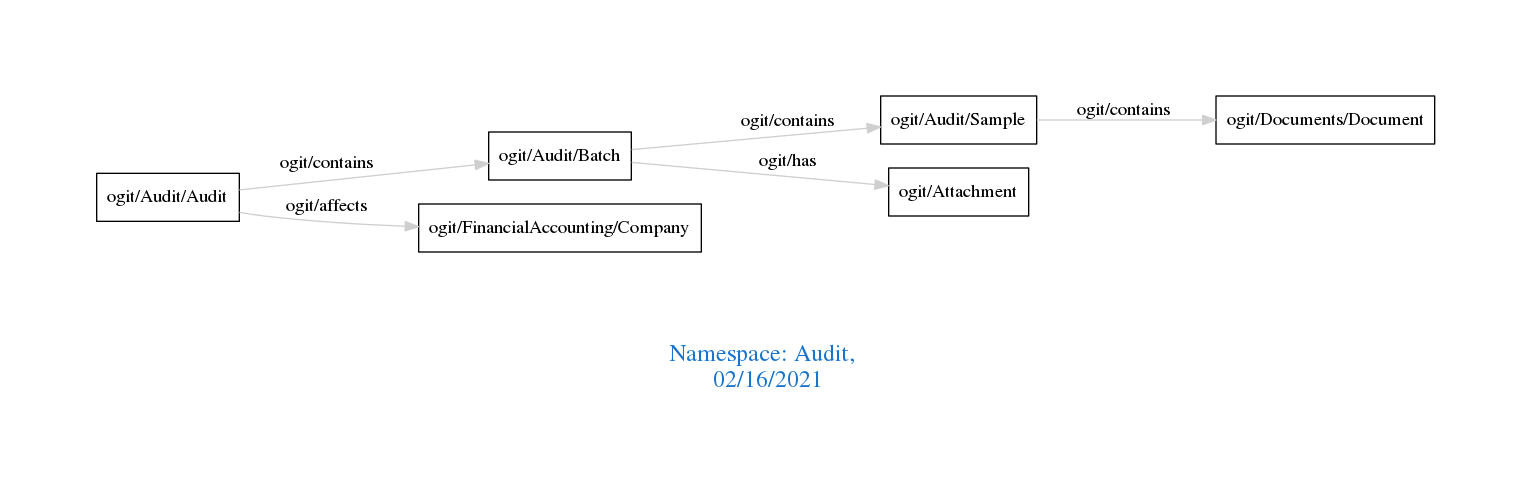
Earlier version of the Graphviz export downloads/Audit.png (arago/OGIT). Its source is kept beside it as downloads/Audit.dot.
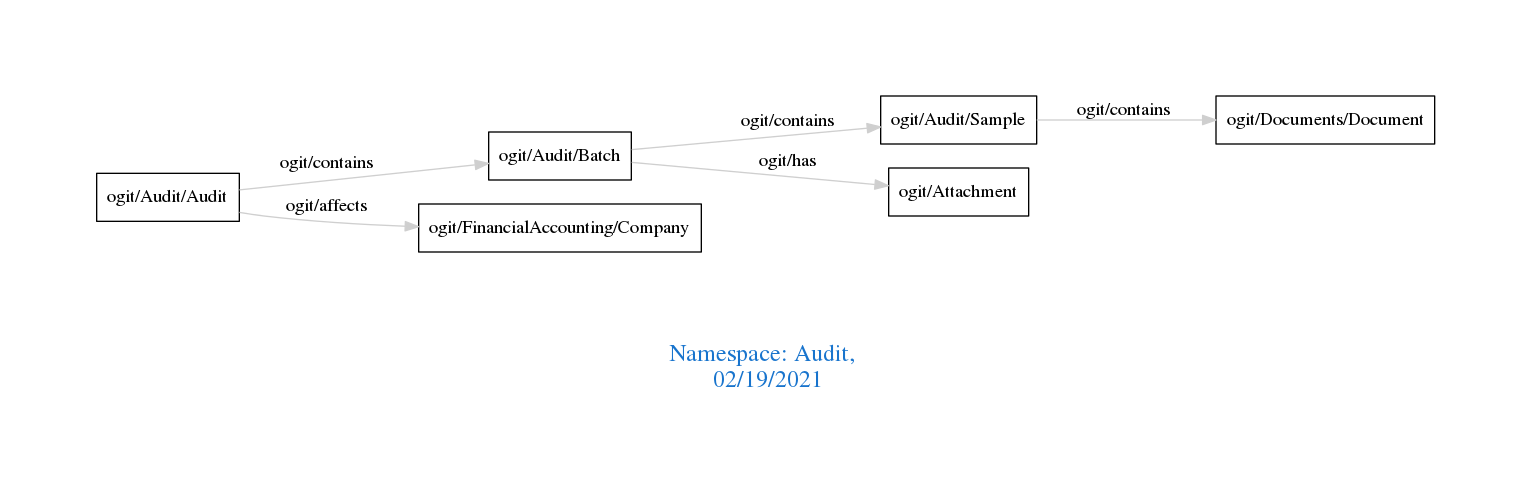
Later version of the same file.

Diff of the diagram source:
```diff
@@ -1,7 +1,7 @@
 digraph OGIT_ontology {
  graph [ rankdir= LR,pad=1
 fontsize = 18,
-fontcolor= dodgerblue3,label = "\n\n\nNamespace: Audit, \n 02/16/2021"];
+fontcolor= dodgerblue3,label = "\n\n\nNamespace: Audit, \n 02/19/2021"];
 node[shape=polygon];
 edge [  color="gray81"];
 
```
